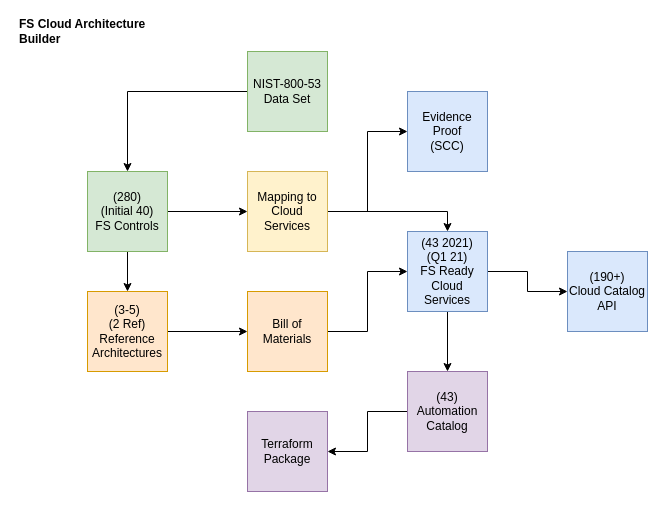
jay4smile/ascent-bff keeps this draw.io diagram as data/data-model.drawio. Above is the earlier version. Source tidied: cells renumbered, new cells numbered last; positions are measured from the earlier drawing's top-left corner, leaving out a move shared by most shapes. Both pictures are drawn from the tidied source at 100%, with x=0, y=0 at pixel (17, 21).
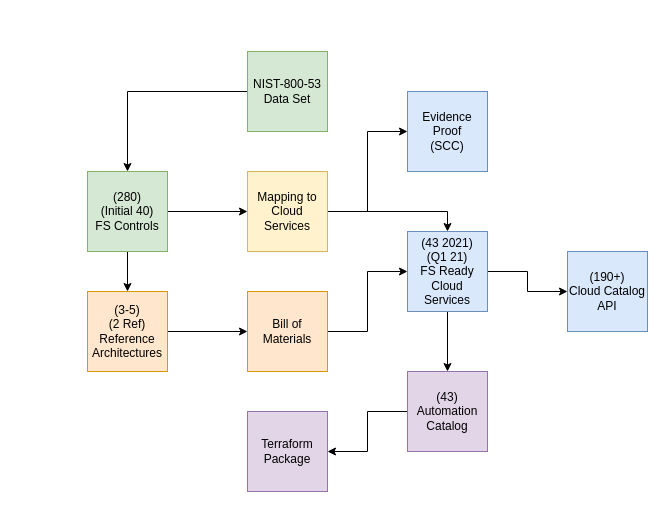
Above is the later version.

Commit message (it also covers changes not shown here):
Update data models

What changed in the source:
```diff
@@
-    <mxCell id="19" value="FS Cloud Architecture Builder" style="text;html=1;strokeColor=none;fillColor=none;align=left;verticalAlign=middle;whiteSpace=wrap;rounded=0;fontStyle=1;strokeWidth=2;" parent="1" vertex="1">
-      <mxGeometry width="160" height="20" as="geometry" />
-    </mxCell>
```
